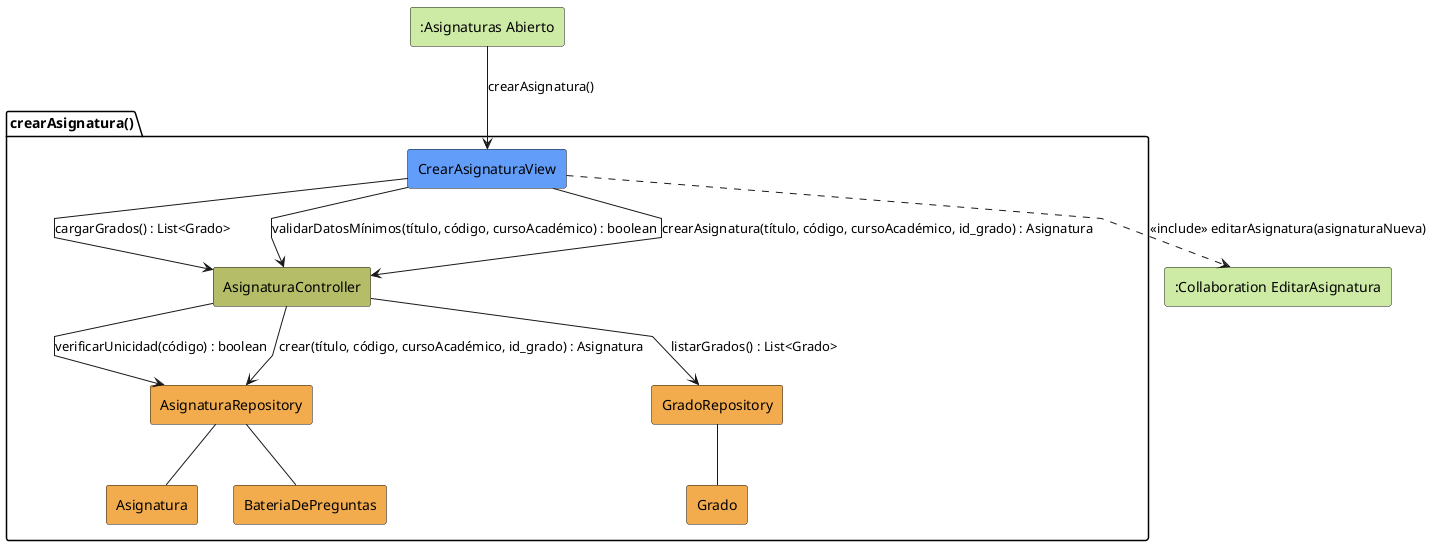
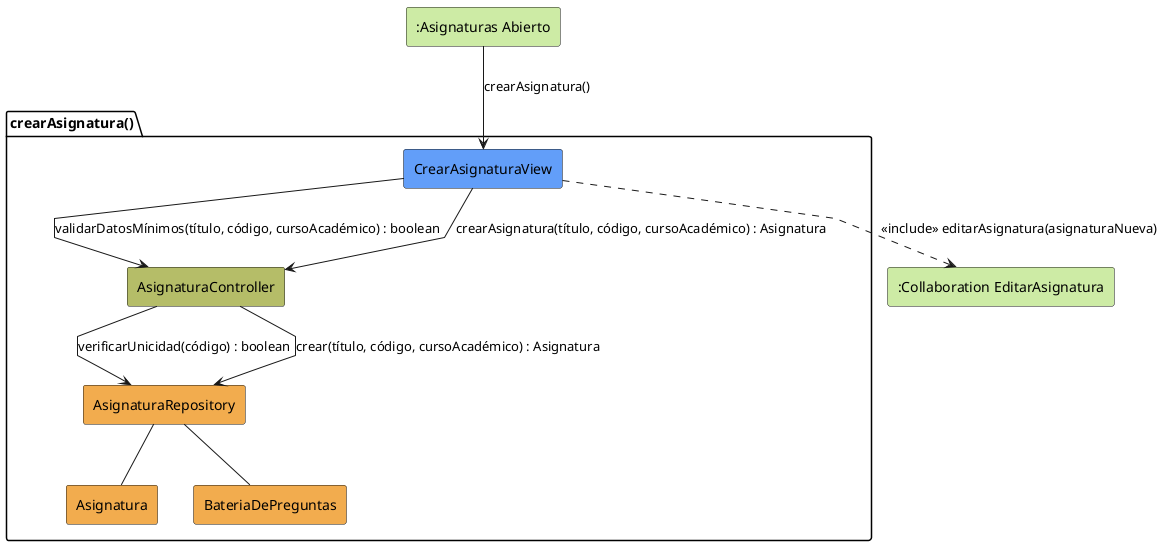
@startuml crearAsignatura-analisis
skinparam linetype polyline

rectangle #CDEBA5 ":Asignaturas Abierto" as AsignaturasAbierto
rectangle #CDEBA5 ":Collaboration EditarAsignatura" as EditarAsignatura

package crearAsignatura as "crearAsignatura()" {
    rectangle #629EF9 CrearAsignaturaView
    rectangle #b5bd68 AsignaturaController
    rectangle #F2AC4E AsignaturaRepository
-     rectangle #F2AC4E GradoRepository
    rectangle #F2AC4E Asignatura
    rectangle #F2AC4E BateriaDePreguntas
-     rectangle #F2AC4E Grado
}

AsignaturasAbierto --> CrearAsignaturaView: crearAsignatura()

- CrearAsignaturaView -d-> AsignaturaController: cargarGrados() : List<Grado>
- 
- AsignaturaController --> GradoRepository: listarGrados() : List<Grado>

CrearAsignaturaView -d-> AsignaturaController: validarDatosMínimos(título, código, cursoAcadémico) : boolean

AsignaturaController --> AsignaturaRepository: verificarUnicidad(código) : boolean

- CrearAsignaturaView --> AsignaturaController: crearAsignatura(título, código, cursoAcadémico, id_grado) : Asignatura
+ CrearAsignaturaView --> AsignaturaController: crearAsignatura(título, código, cursoAcadémico) : Asignatura

- AsignaturaController --> AsignaturaRepository: crear(título, código, cursoAcadémico, id_grado) : Asignatura
+ AsignaturaController --> AsignaturaRepository: crear(título, código, cursoAcadémico) : Asignatura

AsignaturaRepository -- Asignatura
AsignaturaRepository -- BateriaDePreguntas
- GradoRepository -- Grado

CrearAsignaturaView ..> EditarAsignatura: <<include>> editarAsignatura(asignaturaNueva)

@enduml
